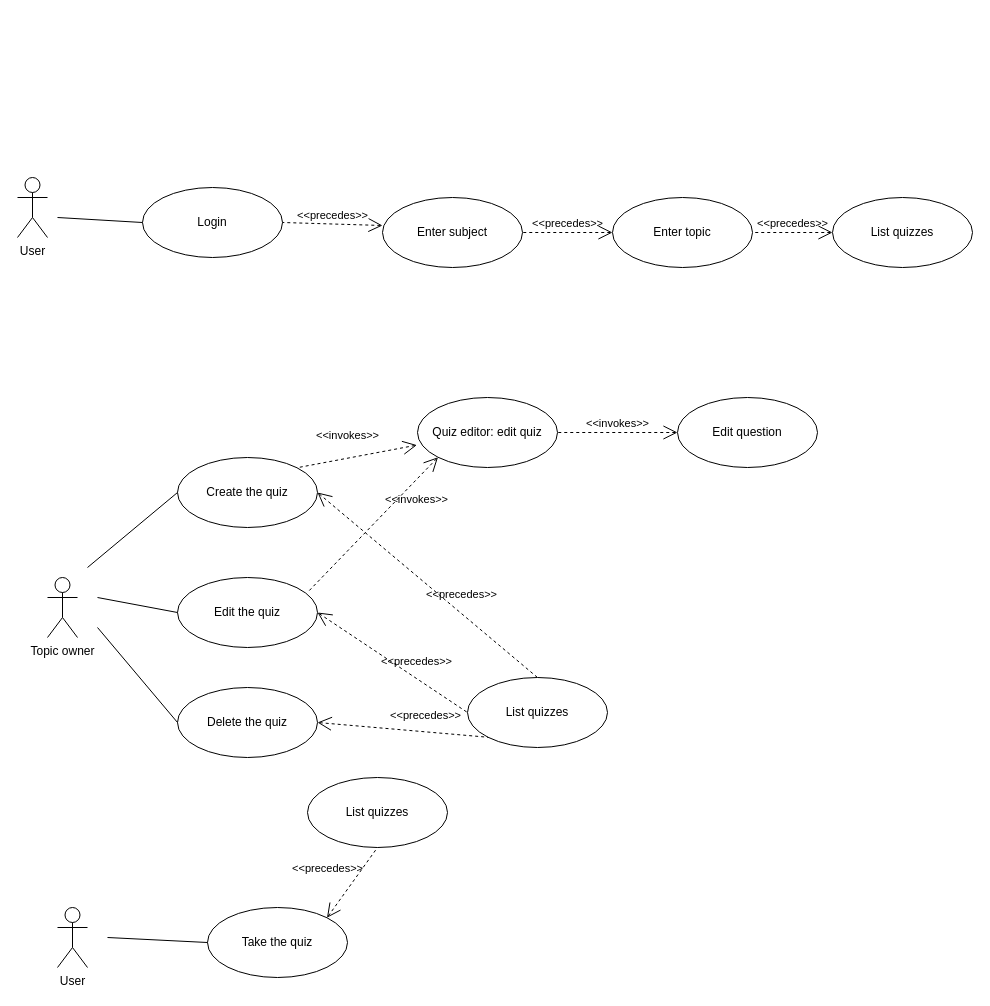
piatrashkakanstantinass/psi2 keeps this draw.io diagram as lab3diags/use-cases.drawio. Above is the earlier version. Source tidied: cells renumbered, new cells numbered last; positions are measured from the earlier drawing's top-left corner, leaving out a move shared by most shapes. Both pictures are drawn from the tidied source at 100%, with x=0, y=0 at pixel (17, 177).
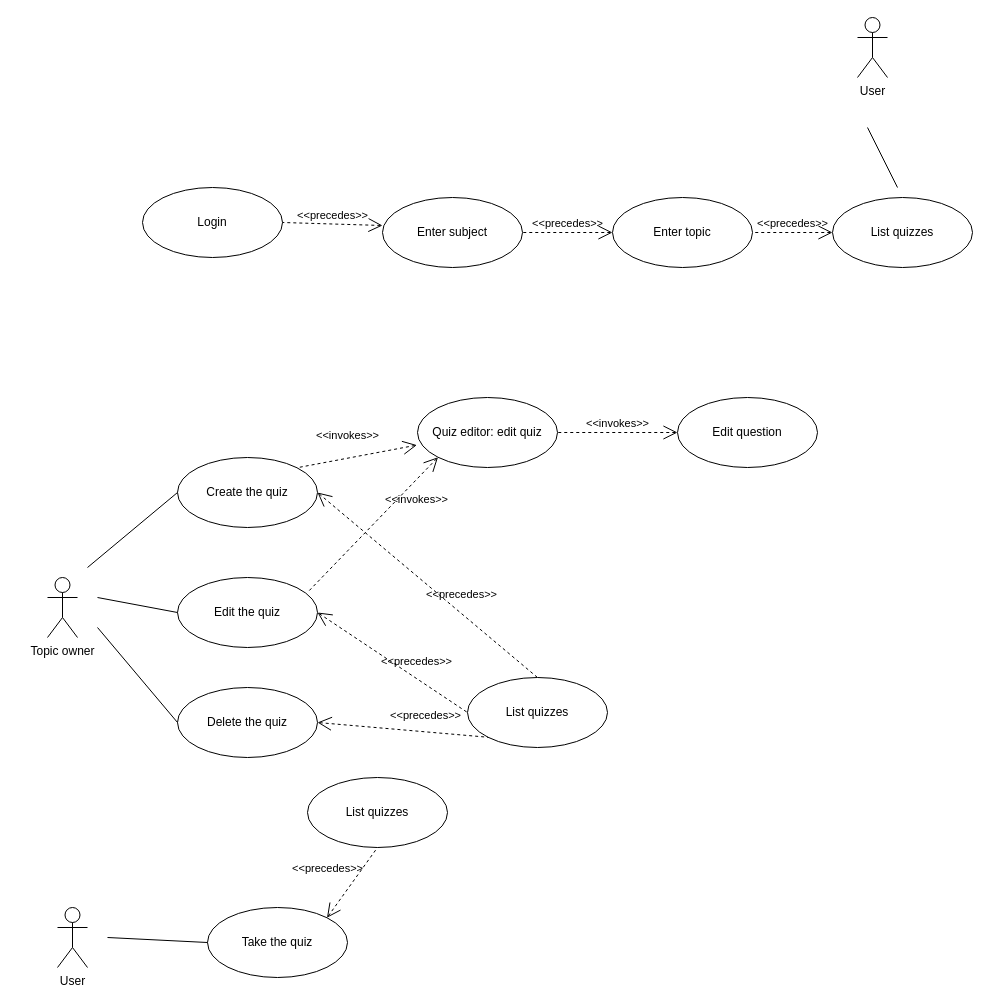
Above is the later version.

Commit message (it also covers changes not shown here):
fix: highlight domain entities in use cases

Unchanged cells that the change refers to:
```xml
<mxCell id="5" value="Login" style="ellipse;whiteSpace=wrap;html=1;" parent="1" vertex="1">
  <mxGeometry x="125" y="10" width="140" height="70" as="geometry" />
</mxCell>
```

Diff of the diagram source:
```diff
@@
     <mxCell id="2" value="User" style="shape=umlActor;verticalLabelPosition=bottom;verticalAlign=top;html=1;" parent="1" vertex="1">
-      <mxGeometry width="30" height="60" as="geometry" />
+      <mxGeometry x="840" y="-160" width="30" height="60" as="geometry" />
     </mxCell>
@@
-    <mxCell id="15" style="edgeStyle=none;html=1;endArrow=none;verticalAlign=bottom;entryX=0;entryY=0.5;entryDx=0;entryDy=0;" parent="1" edge="1" target="5">
-      <mxGeometry relative="1" as="geometry">
-        <mxPoint x="40" y="40" as="sourcePoint" />
-      </mxGeometry>
-    </mxCell>
@@
+    <mxCell id="32" style="edgeStyle=none;html=1;endArrow=none;verticalAlign=bottom;" parent="1" edge="1">
+      <mxGeometry relative="1" as="geometry">
+        <mxPoint x="850" y="-50" as="sourcePoint" />
+        <mxPoint x="880" y="10" as="targetPoint" />
+      </mxGeometry>
+    </mxCell>
```
